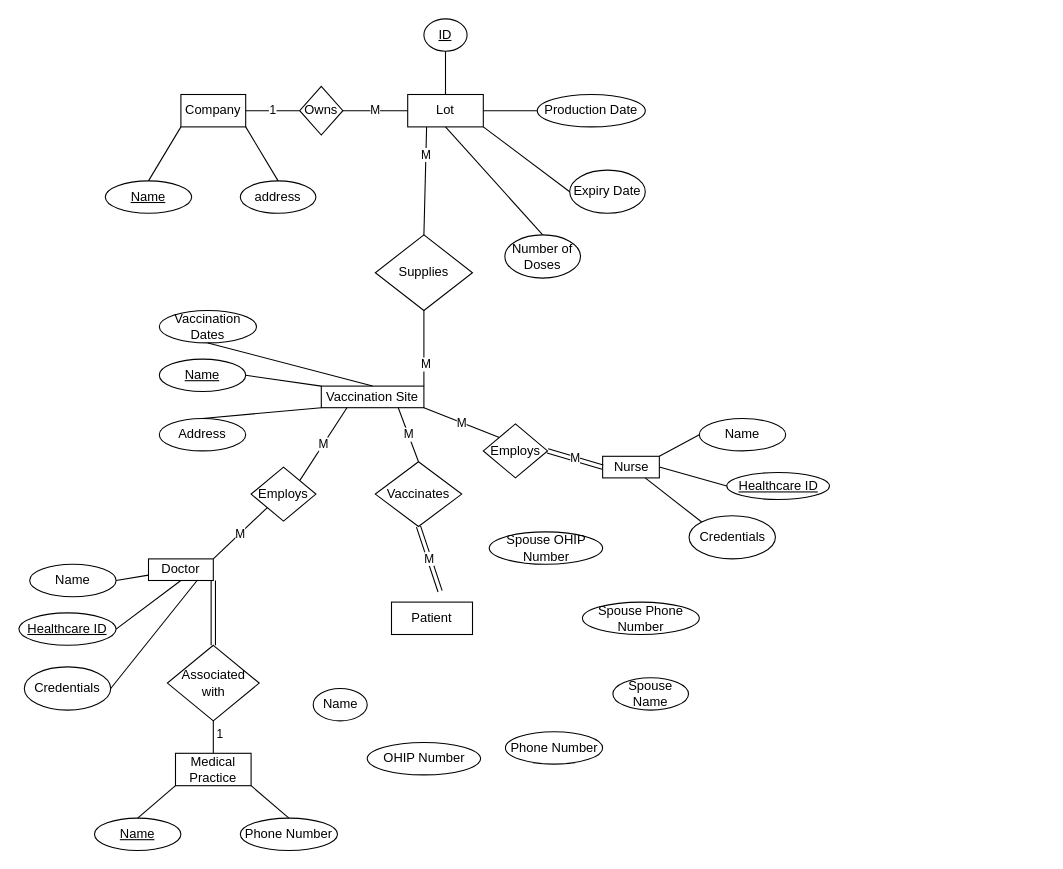
Earlier version of the draw.io diagram Untitled Diagram.drawio (Mart1n1DE/CovidVaccineAssignment). Source tidied: cells renumbered, new cells numbered last; positions are measured from the earlier drawing's top-left corner, leaving out a move shared by most shapes. Both pictures are drawn from the tidied source at 108%, with x=0, y=0 at pixel (18, 18).
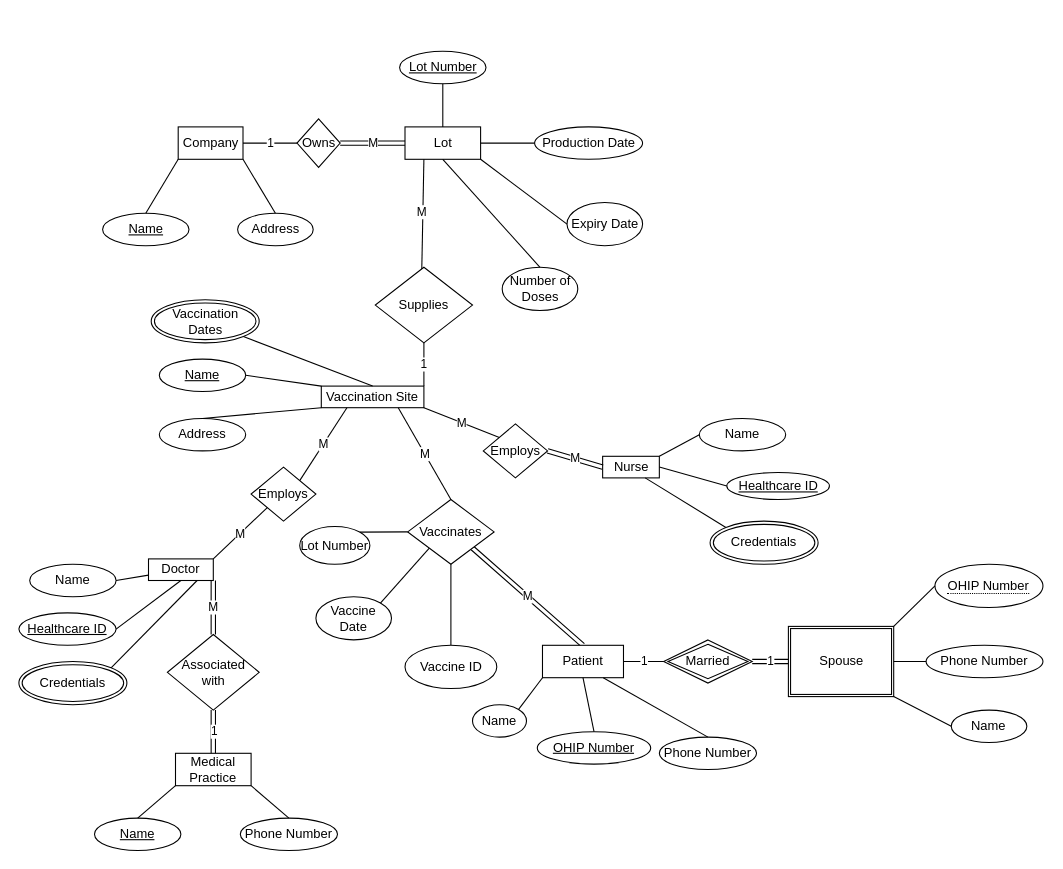
After the change.

Unchanged cells that the change refers to:
```xml
<mxCell id="9" value="Vaccination Site" style="rounded=0;whiteSpace=wrap;html=1;" parent="1" vertex="1">
  <mxGeometry x="280" y="340" width="95" height="20" as="geometry" />
</mxCell>
<mxCell id="40" value="Doctor" style="rounded=0;whiteSpace=wrap;html=1;shadow=0;strokeWidth=1;" parent="1" vertex="1">
  <mxGeometry x="120" y="500" width="60" height="20" as="geometry" />
</mxCell>
<mxCell id="41" value="Nurse" style="rounded=0;whiteSpace=wrap;html=1;shadow=0;strokeWidth=1;" parent="1" vertex="1">
  <mxGeometry x="540.5" y="405" width="52.5" height="20" as="geometry" />
</mxCell>
<mxCell id="57" value="Medical Practice" style="rounded=0;whiteSpace=wrap;html=1;shadow=0;strokeWidth=1;" parent="1" vertex="1">
  <mxGeometry x="145" y="680" width="70" height="30" as="geometry" />
</mxCell>
```

Change to the diagram source:
```diff
@@
     <mxCell id="2" value="Company" style="rounded=0;whiteSpace=wrap;html=1;" parent="1" vertex="1">
-      <mxGeometry x="150" y="70" width="60" height="30" as="geometry" />
+      <mxGeometry x="147.5" y="100" width="60" height="30" as="geometry" />
     </mxCell>
     <mxCell id="3" value="Owns" style="rhombus;whiteSpace=wrap;html=1;" parent="1" vertex="1">
-      <mxGeometry x="260" y="62.5" width="40" height="45" as="geometry" />
+      <mxGeometry x="257.5" y="92.5" width="40" height="45" as="geometry" />
     </mxCell>
     <mxCell id="4" value="Lot" style="rounded=0;whiteSpace=wrap;html=1;" parent="1" vertex="1">
-      <mxGeometry x="360" y="70" width="70" height="30" as="geometry" />
+      <mxGeometry x="357.5" y="100" width="70" height="30" as="geometry" />
     </mxCell>
-    <mxCell id="5" value="&lt;u&gt;ID&lt;/u&gt;" style="ellipse;whiteSpace=wrap;html=1;" parent="1" vertex="1">
-      <mxGeometry x="375" width="40" height="30" as="geometry" />
+    <mxCell id="5" value="&lt;u&gt;Lot Number&lt;/u&gt;" style="ellipse;whiteSpace=wrap;html=1;" parent="1" vertex="1">
+      <mxGeometry x="352.5" y="30" width="80" height="30" as="geometry" />
     </mxCell>
     <mxCell id="6" value="Production Date" style="ellipse;whiteSpace=wrap;html=1;" parent="1" vertex="1">
-      <mxGeometry x="480" y="70" width="100" height="30" as="geometry" />
+      <mxGeometry x="477.5" y="100" width="100" height="30" as="geometry" />
     </mxCell>
     <mxCell id="7" value="Expiry Date" style="ellipse;whiteSpace=wrap;html=1;" parent="1" vertex="1">
-      <mxGeometry x="510" y="140" width="70" height="40" as="geometry" />
+      <mxGeometry x="507.5" y="170" width="70" height="40" as="geometry" />
     </mxCell>
     <mxCell id="8" value="Number of Doses" style="ellipse;whiteSpace=wrap;html=1;" parent="1" vertex="1">
-      <mxGeometry x="450" y="200" width="70" height="40" as="geometry" />
+      <mxGeometry x="447.5" y="230" width="70" height="40" as="geometry" />
     </mxCell>
@@
-    <mxCell id="10" value="OHIP Number" style="ellipse;whiteSpace=wrap;html=1;" parent="1" vertex="1">
-      <mxGeometry x="322.5" y="670" width="105" height="30" as="geometry" />
+    <mxCell id="10" value="&lt;u&gt;OHIP Number&lt;/u&gt;" style="ellipse;whiteSpace=wrap;html=1;" parent="1" vertex="1">
+      <mxGeometry x="480" y="660" width="105" height="30" as="geometry" />
     </mxCell>
     <mxCell id="11" value="Name" style="ellipse;whiteSpace=wrap;html=1;" parent="1" vertex="1">
-      <mxGeometry x="272.5" y="620" width="50" height="30" as="geometry" />
+      <mxGeometry x="420" y="635" width="50" height="30" as="geometry" />
     </mxCell>
     <mxCell id="12" value="Phone Number" style="ellipse;whiteSpace=wrap;html=1;" parent="1" vertex="1">
-      <mxGeometry x="450.5" y="660" width="90" height="30" as="geometry" />
+      <mxGeometry x="593" y="665" width="90" height="30" as="geometry" />
     </mxCell>
-    <mxCell id="13" value="Spouse OHIP Number" style="ellipse;whiteSpace=wrap;html=1;" parent="1" vertex="1">
-      <mxGeometry x="435.5" y="475" width="105" height="30" as="geometry" />
-    </mxCell>
-    <mxCell id="14" value="Spouse Name" style="ellipse;whiteSpace=wrap;html=1;" parent="1" vertex="1">
-      <mxGeometry x="550" y="610" width="70" height="30" as="geometry" />
+    <mxCell id="14" value="Name" style="ellipse;whiteSpace=wrap;html=1;" parent="1" vertex="1">
+      <mxGeometry x="863.3" y="640" width="70" height="30" as="geometry" />
     </mxCell>
-    <mxCell id="15" value="Spouse Phone Number" style="ellipse;whiteSpace=wrap;html=1;" parent="1" vertex="1">
-      <mxGeometry x="521.8" y="540" width="108.2" height="30" as="geometry" />
+    <mxCell id="15" value="Phone Number" style="ellipse;whiteSpace=wrap;html=1;" parent="1" vertex="1">
+      <mxGeometry x="840" y="580" width="108.2" height="30" as="geometry" />
     </mxCell>
@@
-    <mxCell id="19" value="Credentials" style="ellipse;whiteSpace=wrap;html=1;strokeWidth=1;" parent="1" vertex="1">
-      <mxGeometry x="5" y="600" width="80" height="40" as="geometry" />
-    </mxCell>
@@
-    <mxCell id="21" value="M" style="endArrow=none;html=1;rounded=0;entryX=1;entryY=0.5;entryDx=0;entryDy=0;exitX=0;exitY=0.5;exitDx=0;exitDy=0;" parent="1" edge="1" source="4" target="3">
+    <mxCell id="21" value="M" style="endArrow=none;html=1;rounded=0;entryX=1;entryY=0.5;entryDx=0;entryDy=0;exitX=0;exitY=0.5;exitDx=0;exitDy=0;shape=link;" parent="1" edge="1" source="4" target="3">
       <mxGeometry relative="1" as="geometry" />
     </mxCell>
     <mxCell id="22" value="&lt;u&gt;Name&lt;/u&gt;" style="ellipse;whiteSpace=wrap;html=1;strokeWidth=1;" parent="1" vertex="1">
-      <mxGeometry x="80" y="150" width="80" height="30" as="geometry" />
+      <mxGeometry x="77.5" y="180" width="80" height="30" as="geometry" />
     </mxCell>
-    <mxCell id="23" value="address" style="ellipse;whiteSpace=wrap;html=1;strokeWidth=1;" parent="1" vertex="1">
-      <mxGeometry x="205" y="150" width="70" height="30" as="geometry" />
+    <mxCell id="23" value="Address" style="ellipse;whiteSpace=wrap;html=1;strokeWidth=1;" parent="1" vertex="1">
+      <mxGeometry x="202.5" y="180" width="70" height="30" as="geometry" />
     </mxCell>
@@
-    <mxCell id="26" style="endArrow=none;html=1;rounded=0;entryX=0.5;entryY=1;entryDx=0;entryDy=0;exitX=0.5;exitY=0;exitDx=0;exitDy=0;" parent="1" edge="1" source="4" target="5">
+    <mxCell id="26" style="endArrow=none;html=1;rounded=0;entryX=0.5;entryY=1;entryDx=0;entryDy=0;" parent="1" edge="1" source="4" target="5">
       <mxGeometry relative="1" as="geometry" />
     </mxCell>
@@
-    <mxCell id="31" value="Vaccination Dates" style="ellipse;whiteSpace=wrap;html=1;shadow=0;strokeWidth=1;" parent="1" vertex="1">
-      <mxGeometry x="130" y="270" width="90" height="30" as="geometry" />
-    </mxCell>
-    <mxCell id="32" style="endArrow=none;html=1;rounded=0;entryX=0.25;entryY=1;entryDx=0;entryDy=0;exitX=0.5;exitY=0;exitDx=0;exitDy=0;startArrow=none;" parent="1" edge="1" source="37" target="4">
-      <mxGeometry relative="1" as="geometry" />
+    <mxCell id="32" style="endArrow=none;html=1;rounded=0;entryX=0.25;entryY=1;entryDx=0;entryDy=0;exitX=0.5;exitY=0;exitDx=0;exitDy=0;startArrow=none;" parent="1" edge="1" target="4">
+      <mxGeometry relative="1" as="geometry">
+        <mxPoint x="372.5" y="260" as="sourcePoint" />
+      </mxGeometry>
     </mxCell>
     <mxCell id="33" value="M" style="edgeLabel;html=1;align=center;verticalAlign=middle;" parent="32" vertex="1">
-      <mxGeometry x="0.49" relative="1" as="geometry" />
+      <mxGeometry x="0.49" relative="1" as="geometry">
+        <mxPoint x="-2" y="15" as="offset" />
+      </mxGeometry>
     </mxCell>
-    <mxCell id="34" style="endArrow=none;html=1;rounded=0;exitX=0.5;exitY=0;exitDx=0;exitDy=0;entryX=0.5;entryY=1;entryDx=0;entryDy=0;" parent="1" edge="1" source="9" target="31">
+    <mxCell id="34" style="endArrow=none;html=1;rounded=0;exitX=0.5;exitY=0;exitDx=0;exitDy=0;entryX=1;entryY=1;entryDx=0;entryDy=0;" parent="1" edge="1" source="9" target="31">
       <mxGeometry relative="1" as="geometry" />
     </mxCell>
@@
     <mxCell id="37" value="Supplies" style="rhombus;whiteSpace=wrap;html=1;shadow=0;strokeWidth=1;" parent="1" vertex="1">
-      <mxGeometry x="330" y="200" width="90" height="70" as="geometry" />
+      <mxGeometry x="330" y="230" width="90" height="70" as="geometry" />
     </mxCell>
-    <mxCell id="38" style="endArrow=none;html=1;rounded=0;entryX=0.5;entryY=1;entryDx=0;entryDy=0;exitX=1;exitY=0;exitDx=0;exitDy=0;" parent="1" edge="1" source="9" target="37">
+    <mxCell id="38" value="1" style="endArrow=none;html=1;rounded=0;entryX=0.5;entryY=1;entryDx=0;entryDy=0;exitX=1;exitY=0;exitDx=0;exitDy=0;" parent="1" edge="1" source="9" target="37">
       <mxGeometry relative="1" as="geometry" />
     </mxCell>
-    <mxCell id="39" value="M" style="edgeLabel;html=1;align=center;verticalAlign=middle;" parent="38" vertex="1">
-      <mxGeometry x="-0.41" y="-1" relative="1" as="geometry" />
-    </mxCell>
@@
-    <mxCell id="49" style="endArrow=none;html=1;rounded=0;exitX=1;exitY=0.5;exitDx=0;exitDy=0;entryX=0.75;entryY=1;entryDx=0;entryDy=0;" parent="1" edge="1" source="19" target="40">
+    <mxCell id="49" style="endArrow=none;html=1;rounded=0;exitX=1;exitY=0;exitDx=0;exitDy=0;entryX=0.75;entryY=1;entryDx=0;entryDy=0;" parent="1" edge="1" source="75" target="40">
       <mxGeometry relative="1" as="geometry" />
     </mxCell>
@@
-    <mxCell id="52" value="Credentials" style="ellipse;whiteSpace=wrap;html=1;strokeWidth=1;" parent="1" vertex="1">
-      <mxGeometry x="620.5" y="460" width="80" height="40" as="geometry" />
-    </mxCell>
@@
-    <mxCell id="55" style="endArrow=none;html=1;rounded=0;exitX=0;exitY=0;exitDx=0;exitDy=0;entryX=0.75;entryY=1;entryDx=0;entryDy=0;" parent="1" edge="1" source="52" target="41">
+    <mxCell id="55" style="endArrow=none;html=1;rounded=0;exitX=0;exitY=0;exitDx=0;exitDy=0;entryX=0.75;entryY=1;entryDx=0;entryDy=0;" parent="1" edge="1" source="74" target="41">
       <mxGeometry relative="1" as="geometry" />
     </mxCell>
@@
-    <mxCell id="58" style="endArrow=none;html=1;rounded=0;exitX=0.5;exitY=0;exitDx=0;exitDy=0;entryX=0.5;entryY=1;entryDx=0;entryDy=0;" parent="1" edge="1" source="57" target="60">
+    <mxCell id="58" style="endArrow=none;html=1;rounded=0;exitX=0.5;exitY=0;exitDx=0;exitDy=0;entryX=0.5;entryY=1;entryDx=0;entryDy=0;shape=link;" parent="1" edge="1" source="57" target="60">
       <mxGeometry relative="1" as="geometry" />
     </mxCell>
     <mxCell id="59" value="1" style="edgeLabel;html=1;align=center;verticalAlign=middle;" parent="58" vertex="1">
       <mxGeometry x="-0.73" y="-3" relative="1" as="geometry">
-        <mxPoint x="2" y="-15" as="offset" />
+        <mxPoint x="-3" y="-16" as="offset" />
       </mxGeometry>
     </mxCell>
     <mxCell id="60" value="Associated with" style="rhombus;whiteSpace=wrap;html=1;shadow=0;strokeWidth=1;" parent="1" vertex="1">
-      <mxGeometry x="137.5" y="580" width="85" height="70" as="geometry" />
+      <mxGeometry x="137.5" y="570" width="85" height="70" as="geometry" />
     </mxCell>
@@
-    <mxCell id="65" value="M" style="endArrow=none;html=1;rounded=0;exitX=0.5;exitY=1;exitDx=0;exitDy=0;entryX=0.5;entryY=0;entryDx=0;entryDy=0;startArrow=none;shape=link;" parent="1" edge="1" source="66">
-      <mxGeometry relative="1" as="geometry">
-        <mxPoint x="390" y="530" as="targetPoint" />
-      </mxGeometry>
+    <mxCell id="65" value="M" style="endArrow=none;html=1;rounded=0;exitX=1;exitY=1;exitDx=0;exitDy=0;entryX=0.5;entryY=0;entryDx=0;entryDy=0;startArrow=none;shape=link;" parent="1" edge="1" source="66" target="69">
+      <mxGeometry relative="1" as="geometry" />
     </mxCell>
+    <mxCell id="70" style="edgeStyle=orthogonalEdgeStyle;rounded=0;jettySize=auto;html=1;entryX=0.5;entryY=0;entryDx=0;entryDy=0;endArrow=none;endFill=0;" parent="1" edge="1" source="66" target="78">
+      <mxGeometry relative="1" as="geometry" />
+    </mxCell>
     <mxCell id="66" value="Vaccinates" style="shape=rhombus;perimeter=rhombusPerimeter;whiteSpace=wrap;html=1;align=center;shadow=0;strokeWidth=1;" parent="1" vertex="1">
-      <mxGeometry x="330" y="410" width="80" height="60" as="geometry" />
+      <mxGeometry x="360" y="445" width="80" height="60" as="geometry" />
     </mxCell>
@@
-    <mxCell id="68" style="endArrow=none;html=1;rounded=0;shape=link;exitX=0.5;exitY=0;exitDx=0;exitDy=0;entryX=1;entryY=1;entryDx=0;entryDy=0;" parent="1" edge="1" source="60" target="40">
+    <mxCell id="68" value="M" style="endArrow=none;html=1;rounded=0;shape=link;exitX=0.5;exitY=0;exitDx=0;exitDy=0;entryX=1;entryY=1;entryDx=0;entryDy=0;" parent="1" edge="1" source="60" target="40">
       <mxGeometry relative="1" as="geometry" />
     </mxCell>
     <mxCell id="69" value="Patient" style="rounded=0;whiteSpace=wrap;html=1;shadow=0;strokeWidth=1;" parent="1" vertex="1">
-      <mxGeometry x="345" y="540" width="75" height="30" as="geometry" />
+      <mxGeometry x="484.8" y="580" width="75" height="30" as="geometry" />
     </mxCell>
+    <mxCell id="31" value="Vaccination Dates" style="ellipse;shape=doubleEllipse;margin=3;whiteSpace=wrap;html=1;align=center;shadow=0;strokeWidth=1;" parent="1" vertex="1">
+      <mxGeometry x="122.5" y="260" width="100" height="40" as="geometry" />
+    </mxCell>
+    <mxCell id="71" style="endArrow=none;html=1;rounded=0;entryX=0;entryY=1;entryDx=0;entryDy=0;exitX=1;exitY=0;exitDx=0;exitDy=0;" parent="1" edge="1" source="11" target="69">
+      <mxGeometry relative="1" as="geometry" />
+    </mxCell>
+    <mxCell id="72" style="endArrow=none;html=1;rounded=0;entryX=0.5;entryY=1;entryDx=0;entryDy=0;exitX=0.5;exitY=0;exitDx=0;exitDy=0;" parent="1" edge="1" source="10" target="69">
+      <mxGeometry relative="1" as="geometry" />
+    </mxCell>
+    <mxCell id="73" style="endArrow=none;html=1;rounded=0;exitX=0.5;exitY=0;exitDx=0;exitDy=0;entryX=0.75;entryY=1;entryDx=0;entryDy=0;" parent="1" edge="1" source="12" target="69">
+      <mxGeometry relative="1" as="geometry" />
+    </mxCell>
+    <mxCell id="74" value="Credentials" style="ellipse;shape=doubleEllipse;margin=3;whiteSpace=wrap;html=1;align=center;shadow=0;strokeWidth=1;" parent="1" vertex="1">
+      <mxGeometry x="640" y="465" width="100" height="40" as="geometry" />
+    </mxCell>
+    <mxCell id="75" value="Credentials" style="ellipse;shape=doubleEllipse;margin=3;whiteSpace=wrap;html=1;align=center;shadow=0;strokeWidth=1;" parent="1" vertex="1">
+      <mxGeometry y="595" width="100" height="40" as="geometry" />
+    </mxCell>
+    <mxCell id="76" value="Lot Number" style="ellipse;whiteSpace=wrap;html=1;shadow=0;strokeWidth=1;" parent="1" vertex="1">
+      <mxGeometry x="260" y="470" width="65" height="35" as="geometry" />
+    </mxCell>
+    <mxCell id="77" value="Vaccine Date" style="ellipse;whiteSpace=wrap;html=1;shadow=0;strokeWidth=1;" parent="1" vertex="1">
+      <mxGeometry x="275" y="535" width="70" height="40" as="geometry" />
+    </mxCell>
+    <mxCell id="78" value="Vaccine ID" style="ellipse;whiteSpace=wrap;html=1;shadow=0;strokeWidth=1;" parent="1" vertex="1">
+      <mxGeometry x="357.5" y="580" width="85" height="40" as="geometry" />
+    </mxCell>
+    <mxCell id="79" style="endArrow=none;html=1;rounded=0;exitX=1;exitY=0;exitDx=0;exitDy=0;entryX=0;entryY=0.5;entryDx=0;entryDy=0;" parent="1" edge="1" source="76" target="66">
+      <mxGeometry relative="1" as="geometry" />
+    </mxCell>
+    <mxCell id="80" style="endArrow=none;html=1;rounded=0;exitX=1;exitY=0;exitDx=0;exitDy=0;entryX=0;entryY=1;entryDx=0;entryDy=0;" parent="1" edge="1" source="77" target="66">
+      <mxGeometry relative="1" as="geometry" />
+    </mxCell>
+    <mxCell id="81" value="1" style="endArrow=none;html=1;rounded=0;exitX=1;exitY=0.5;exitDx=0;exitDy=0;entryX=0;entryY=0.5;entryDx=0;entryDy=0;" parent="1" edge="1" source="69" target="84">
+      <mxGeometry relative="1" as="geometry" />
+    </mxCell>
+    <mxCell id="82" value="1" style="endArrow=none;html=1;rounded=0;exitX=1;exitY=0.5;exitDx=0;exitDy=0;entryX=0;entryY=0.5;entryDx=0;entryDy=0;shape=link;" parent="1" edge="1" source="84" target="85">
+      <mxGeometry relative="1" as="geometry" />
+    </mxCell>
+    <mxCell id="83" value="&lt;span style=&quot;border-bottom: 1px dotted&quot;&gt;OHIP Number&lt;/span&gt;" style="ellipse;whiteSpace=wrap;html=1;align=center;shadow=0;strokeWidth=1;" parent="1" vertex="1">
+      <mxGeometry x="848.2" y="505" width="100" height="40" as="geometry" />
+    </mxCell>
+    <mxCell id="84" value="Married" style="shape=rhombus;double=1;perimeter=rhombusPerimeter;whiteSpace=wrap;html=1;align=center;shadow=0;strokeWidth=1;" parent="1" vertex="1">
+      <mxGeometry x="597" y="575" width="82" height="40" as="geometry" />
+    </mxCell>
+    <mxCell id="85" value="Spouse" style="shape=ext;double=1;rounded=0;whiteSpace=wrap;html=1;shadow=0;strokeWidth=1;" parent="1" vertex="1">
+      <mxGeometry x="712.5" y="562.5" width="97.5" height="65" as="geometry" />
+    </mxCell>
+    <mxCell id="86" style="endArrow=none;html=1;rounded=0;exitX=1;exitY=0;exitDx=0;exitDy=0;entryX=0;entryY=0.5;entryDx=0;entryDy=0;" parent="1" edge="1" source="85" target="83">
+      <mxGeometry relative="1" as="geometry" />
+    </mxCell>
+    <mxCell id="87" style="endArrow=none;html=1;rounded=0;exitX=1;exitY=0.5;exitDx=0;exitDy=0;entryX=0;entryY=0.5;entryDx=0;entryDy=0;" parent="1" edge="1" source="85" target="15">
+      <mxGeometry relative="1" as="geometry" />
+    </mxCell>
+    <mxCell id="88" style="endArrow=none;html=1;rounded=0;exitX=1;exitY=1;exitDx=0;exitDy=0;entryX=0;entryY=0.5;entryDx=0;entryDy=0;" parent="1" edge="1" source="85" target="14">
+      <mxGeometry relative="1" as="geometry" />
+    </mxCell>
```
